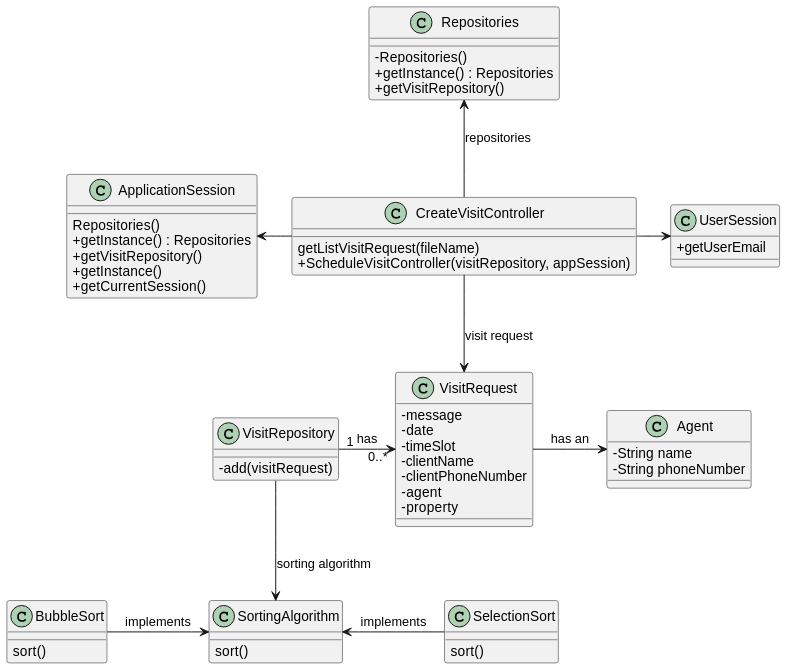
Before: docs/Sprint-D/US015/03.design/svg/us015-class-diagram.svg, a diagram exported from PlantUML (Rodrick0209/ISEP-LAPR2-22-23).
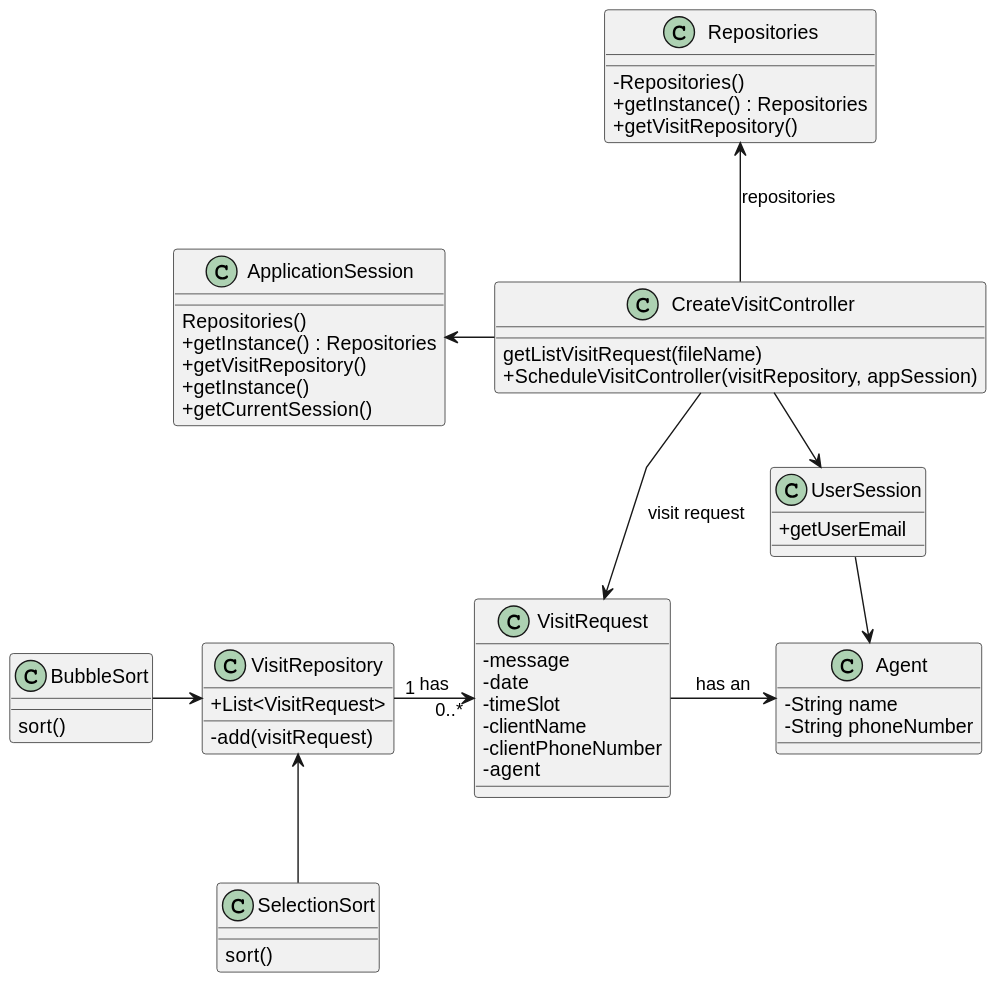
After the commit.

Change to the diagram source:
```diff
@@ -23,11 +23,13 @@
     -clientName
     -clientPhoneNumber
     -agent
-    -property
 }
+
+
 
 class VisitRepository{
     -add(visitRequest)
+    +List<VisitRequest>
 }
 
 class ApplicationSession{
@@ -45,9 +47,7 @@
     sort()
 }
 
-class SortingAlgorithm{
-        sort()
-    }
+
 
 class CreateVisitController{
     getListVisitRequest(fileName)
@@ -69,12 +69,12 @@
 +getVisitRepository()
 }
 VisitRepository "1" ->  "0..*" VisitRequest :  has
-SelectionSort -l-> SortingAlgorithm : implements
-BubbleSort -> SortingAlgorithm : implements
-VisitRepository --> SortingAlgorithm: sorting algorithm
+BubbleSort-> VisitRepository
+SelectionSort -u-> VisitRepository
 VisitRequest -> Agent : has an
 CreateVisitController -d-> VisitRequest : visit request
 CreateVisitController -> UserSession
 CreateVisitController -l-> ApplicationSession
 CreateVisitController -u-> Repositories : repositories
+UserSession -> Agent
 @enduml
```
